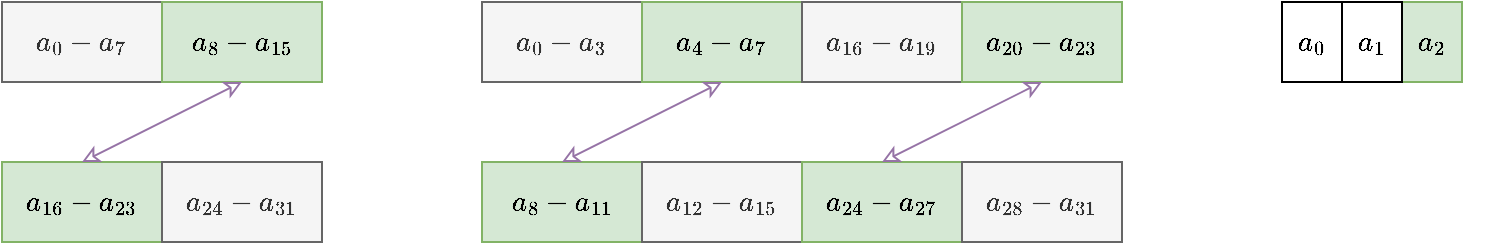
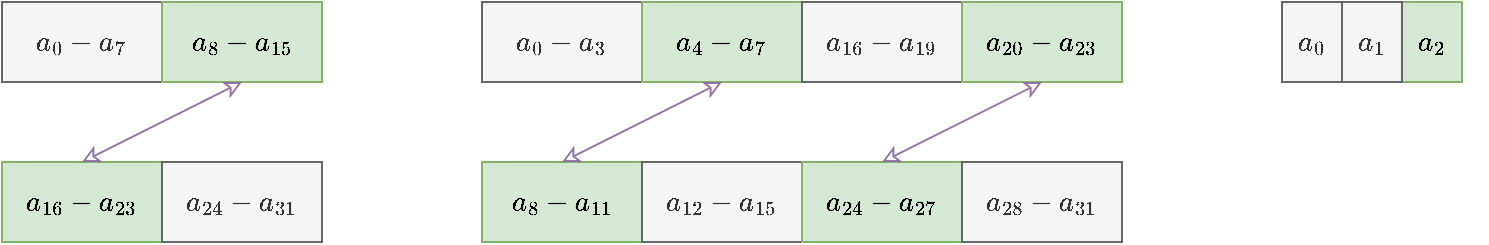
- <mxfile host="app.diagrams.net" agent="Mozilla/5.0 (Windows NT 10.0; Win64; x64) AppleWebKit/537.36 (KHTML, like Gecko) Chrome/147.0.0.0 Safari/537.36" version="29.6.1">
+ <mxfile host="app.diagrams.net" agent="Mozilla/5.0 (Windows NT 10.0; Win64; x64) AppleWebKit/537.36 (KHTML, like Gecko) Chrome/147.0.0.0 Safari/537.36" version="29.3.0">
  <diagram name="第 1 页" id="UbJ6MV8FVpi-ZYWMkB0j">
-     <mxGraphModel dx="309" dy="457" grid="1" gridSize="10" guides="1" tooltips="1" connect="1" arrows="1" fold="1" page="1" pageScale="1" pageWidth="1169" pageHeight="827" math="1" shadow="0">
+     <mxGraphModel dx="1213" dy="730" grid="1" gridSize="10" guides="1" tooltips="1" connect="1" arrows="1" fold="1" page="1" pageScale="1" pageWidth="1169" pageHeight="827" math="1" shadow="0">
      <root>
        <mxCell id="0" />
        <mxCell id="1" parent="0" />
-         <mxCell id="G6SOBiEDir63Zw337Slv-2" parent="1" style="rounded=0;whiteSpace=wrap;html=1;fontFamily=Helvetica;fontSize=12;" value="$$a_{0}$$" vertex="1">
+         <mxCell id="G6SOBiEDir63Zw337Slv-2" parent="1" style="rounded=0;whiteSpace=wrap;html=1;fontFamily=Helvetica;fontSize=12;fillColor=#f5f5f5;fontColor=#333333;strokeColor=#666666;" value="$$a_{0}$$" vertex="1">
          <mxGeometry height="40" width="30" x="680" y="80" as="geometry" />
        </mxCell>
        <mxCell id="FTr905Ipk6vJkZgdHHFr-1" parent="1" style="rounded=0;whiteSpace=wrap;html=1;fontSize=12;fillColor=#f5f5f5;fontColor=#333333;strokeColor=#666666;" value="$$a_{0} - a_{7}$$" vertex="1">
          <mxGeometry height="40" width="80" x="40" y="80" as="geometry" />
        </mxCell>
        <mxCell id="FTr905Ipk6vJkZgdHHFr-2" parent="1" style="rounded=0;whiteSpace=wrap;html=1;fontSize=12;fillColor=#d5e8d4;strokeColor=#82b366;" value="$$a_{8} - a_{15}$$" vertex="1">
          <mxGeometry height="40" width="80" x="120" y="80" as="geometry" />
        </mxCell>
        <mxCell id="FTr905Ipk6vJkZgdHHFr-3" parent="1" style="rounded=0;whiteSpace=wrap;html=1;fontSize=12;fillColor=#d5e8d4;strokeColor=#82b366;" value="$$a_{16} - a_{23}$$" vertex="1">
          <mxGeometry height="40" width="80" x="40" y="160" as="geometry" />
        </mxCell>
        <mxCell id="FTr905Ipk6vJkZgdHHFr-4" parent="1" style="rounded=0;whiteSpace=wrap;html=1;fontSize=12;fillColor=#f5f5f5;fontColor=#333333;strokeColor=#666666;" value="$$a_{24} - a_{31}$$" vertex="1">
          <mxGeometry height="40" width="80" x="120" y="160" as="geometry" />
        </mxCell>
        <mxCell id="FTr905Ipk6vJkZgdHHFr-5" edge="1" parent="1" source="FTr905Ipk6vJkZgdHHFr-3" style="rounded=0;orthogonalLoop=1;jettySize=auto;html=1;endArrow=classic;endFill=0;strokeWidth=1;fillColor=#e1d5e7;strokeColor=#9673a6;startArrow=classic;startFill=0;entryX=0.5;entryY=1;entryDx=0;entryDy=0;exitX=0.5;exitY=0;exitDx=0;exitDy=0;" target="FTr905Ipk6vJkZgdHHFr-2">
          <mxGeometry relative="1" as="geometry">
            <mxPoint x="80" y="150" as="sourcePoint" />
            <mxPoint x="160" y="130" as="targetPoint" />
          </mxGeometry>
        </mxCell>
        <mxCell id="FTr905Ipk6vJkZgdHHFr-6" parent="1" style="rounded=0;whiteSpace=wrap;html=1;fontSize=12;fillColor=#f5f5f5;fontColor=#333333;strokeColor=#666666;" value="$$a_{0} - a_{3}$$" vertex="1">
          <mxGeometry height="40" width="80" x="280" y="80" as="geometry" />
        </mxCell>
        <mxCell id="FTr905Ipk6vJkZgdHHFr-7" parent="1" style="rounded=0;whiteSpace=wrap;html=1;fontSize=12;fillColor=#d5e8d4;strokeColor=#82b366;" value="$$a_{4} - a_{7}$$" vertex="1">
          <mxGeometry height="40" width="80" x="360" y="80" as="geometry" />
        </mxCell>
        <mxCell id="FTr905Ipk6vJkZgdHHFr-8" parent="1" style="rounded=0;whiteSpace=wrap;html=1;fontSize=12;fillColor=#d5e8d4;strokeColor=#82b366;" value="$$a_{8} - a_{11}$$" vertex="1">
          <mxGeometry height="40" width="80" x="280" y="160" as="geometry" />
        </mxCell>
        <mxCell id="FTr905Ipk6vJkZgdHHFr-9" parent="1" style="rounded=0;whiteSpace=wrap;html=1;fontSize=12;fillColor=#f5f5f5;fontColor=#333333;strokeColor=#666666;" value="$$a_{12} - a_{15}$$" vertex="1">
          <mxGeometry height="40" width="80" x="360" y="160" as="geometry" />
        </mxCell>
        <mxCell id="FTr905Ipk6vJkZgdHHFr-10" edge="1" parent="1" source="FTr905Ipk6vJkZgdHHFr-8" style="rounded=0;orthogonalLoop=1;jettySize=auto;html=1;endArrow=classic;endFill=0;strokeWidth=1;fillColor=#e1d5e7;strokeColor=#9673a6;startArrow=classic;startFill=0;entryX=0.5;entryY=1;entryDx=0;entryDy=0;exitX=0.5;exitY=0;exitDx=0;exitDy=0;" target="FTr905Ipk6vJkZgdHHFr-7">
          <mxGeometry relative="1" as="geometry">
            <mxPoint x="320" y="150" as="sourcePoint" />
            <mxPoint x="400" y="130" as="targetPoint" />
          </mxGeometry>
        </mxCell>
        <mxCell id="FTr905Ipk6vJkZgdHHFr-11" parent="1" style="rounded=0;whiteSpace=wrap;html=1;fontSize=12;fillColor=#f5f5f5;fontColor=#333333;strokeColor=#666666;" value="$$a_{16} - a_{19}$$" vertex="1">
          <mxGeometry height="40" width="80" x="440" y="80" as="geometry" />
        </mxCell>
        <mxCell id="FTr905Ipk6vJkZgdHHFr-12" parent="1" style="rounded=0;whiteSpace=wrap;html=1;fontSize=12;fillColor=#d5e8d4;strokeColor=#82b366;" value="$$a_{20} - a_{23}$$" vertex="1">
          <mxGeometry height="40" width="80" x="520" y="80" as="geometry" />
        </mxCell>
        <mxCell id="FTr905Ipk6vJkZgdHHFr-13" parent="1" style="rounded=0;whiteSpace=wrap;html=1;fontSize=12;fillColor=#d5e8d4;strokeColor=#82b366;" value="$$a_{24} - a_{27}$$" vertex="1">
          <mxGeometry height="40" width="80" x="440" y="160" as="geometry" />
        </mxCell>
        <mxCell id="FTr905Ipk6vJkZgdHHFr-14" parent="1" style="rounded=0;whiteSpace=wrap;html=1;fontSize=12;fillColor=#f5f5f5;fontColor=#333333;strokeColor=#666666;" value="$$a_{28} - a_{31}$$" vertex="1">
          <mxGeometry height="40" width="80" x="520" y="160" as="geometry" />
        </mxCell>
        <mxCell id="FTr905Ipk6vJkZgdHHFr-15" edge="1" parent="1" source="FTr905Ipk6vJkZgdHHFr-13" style="rounded=0;orthogonalLoop=1;jettySize=auto;html=1;endArrow=classic;endFill=0;strokeWidth=1;fillColor=#e1d5e7;strokeColor=#9673a6;startArrow=classic;startFill=0;entryX=0.5;entryY=1;entryDx=0;entryDy=0;exitX=0.5;exitY=0;exitDx=0;exitDy=0;" target="FTr905Ipk6vJkZgdHHFr-12">
          <mxGeometry relative="1" as="geometry">
            <mxPoint x="480" y="150" as="sourcePoint" />
            <mxPoint x="560" y="130" as="targetPoint" />
          </mxGeometry>
        </mxCell>
        <mxCell id="FTr905Ipk6vJkZgdHHFr-16" parent="1" style="rounded=0;whiteSpace=wrap;html=1;fontSize=12;fillColor=#d5e8d4;strokeColor=#82b366;" value="$$a_{2}$$" vertex="1">
          <mxGeometry height="40" width="30" x="740" y="80" as="geometry" />
        </mxCell>
-         <mxCell id="FTr905Ipk6vJkZgdHHFr-17" parent="1" style="rounded=0;whiteSpace=wrap;html=1;fontFamily=Helvetica;fontSize=12;" value="$$a_{1}$$" vertex="1">
+         <mxCell id="FTr905Ipk6vJkZgdHHFr-17" parent="1" style="rounded=0;whiteSpace=wrap;html=1;fontFamily=Helvetica;fontSize=12;fillColor=#f5f5f5;fontColor=#333333;strokeColor=#666666;" value="$$a_{1}$$" vertex="1">
          <mxGeometry height="40" width="30" x="710" y="80" as="geometry" />
        </mxCell>
      </root>
    </mxGraphModel>
  </diagram>
</mxfile>
